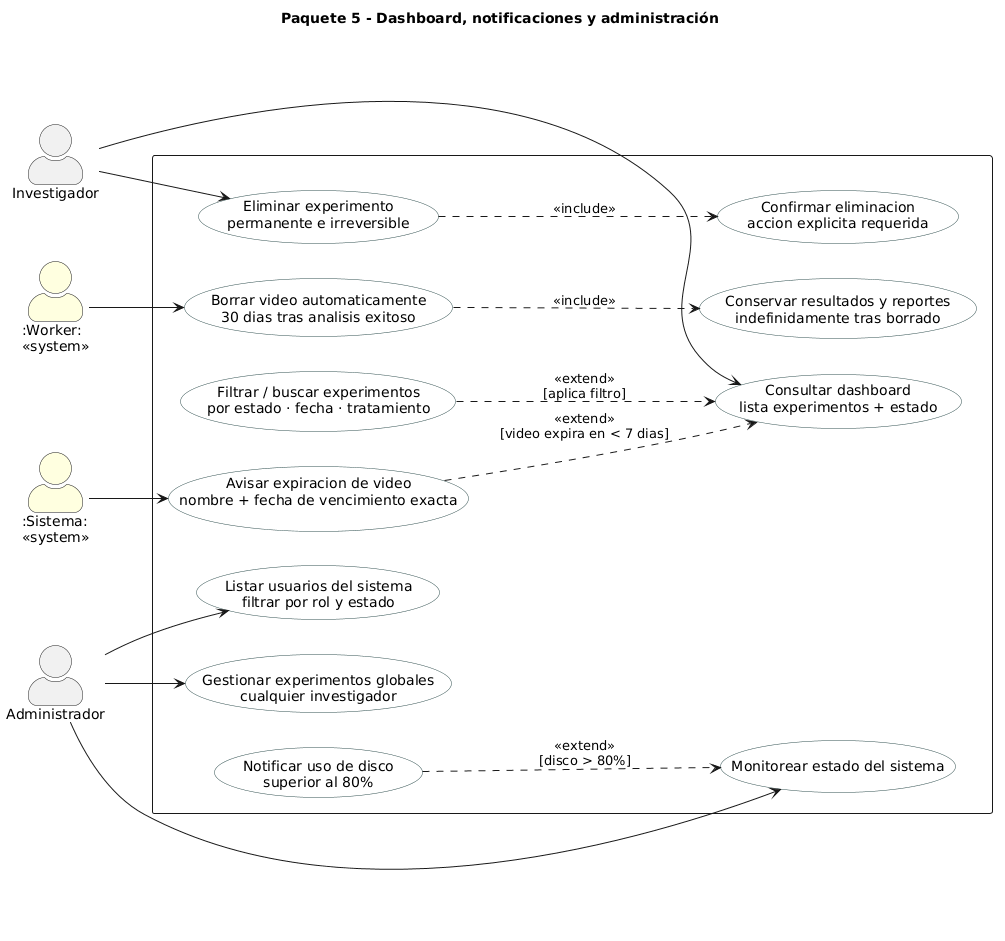
Earlier version of the PlantUML export figures/mermaid/cu_paquete5.png (ErickJester/fst-ai-system-latex).
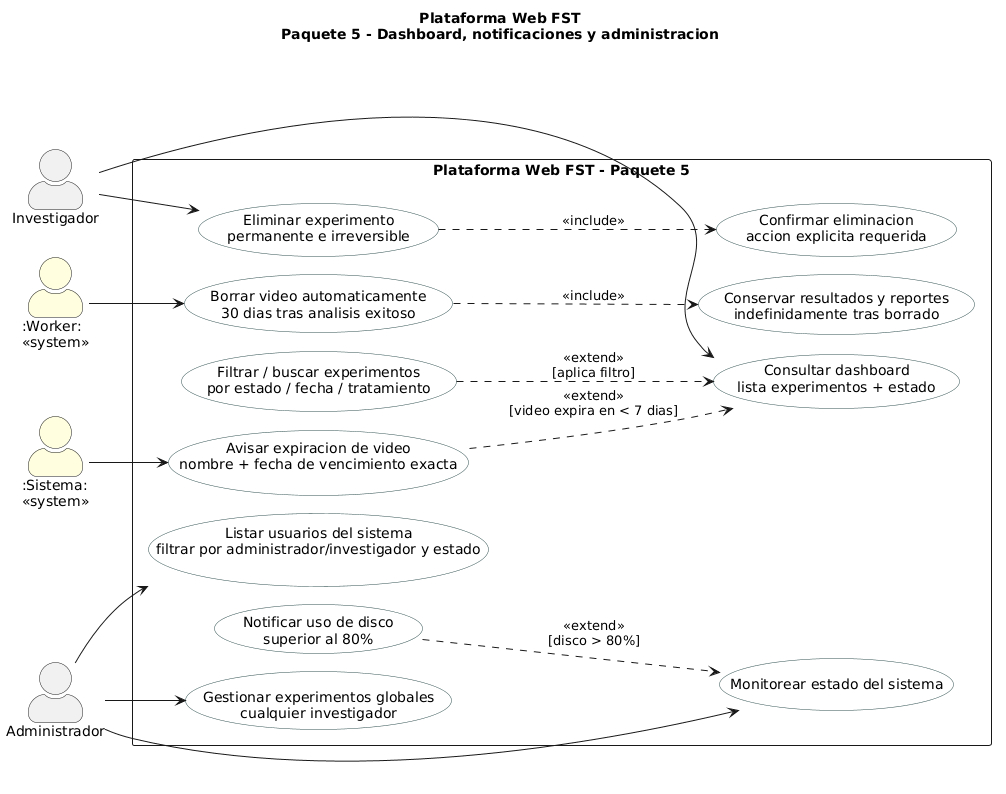
Above is the later version.

Diff of the diagram source:
```diff
@@ -1,6 +1,6 @@
 @startuml
-title Paquete 5 - Dashboard, notificaciones y administración
-
+!pragma layout smetana
+title Plataforma Web FST\nPaquete 5 - Dashboard, notificaciones y administracion
 left to right direction
 skinparam packageStyle rectangle
 skinparam actorStyle awesome
@@ -8,38 +8,33 @@
   BackgroundColor White
   BorderColor DarkSlateGray
 }
-
 actor "Investigador" as INV
 actor "Administrador" as ADMIN
 actor ":Worker:\n<<system>>" as WRK #LightYellow
 actor ":Sistema:\n<<system>>" as SYS #LightYellow
-
-rectangle " " {
+rectangle "Plataforma Web FST - Paquete 5" {
   usecase "Consultar dashboard\nlista experimentos + estado" as UC51
-  usecase "Filtrar / buscar experimentos\npor estado · fecha · tratamiento" as UC51a
+  usecase "Filtrar / buscar experimentos\npor estado / fecha / tratamiento" as UC51a
   usecase "Avisar expiracion de video\nnombre + fecha de vencimiento exacta" as UC52
   usecase "Eliminar experimento\npermanente e irreversible" as UC53
   usecase "Confirmar eliminacion\naccion explicita requerida" as UC53a
   usecase "Borrar video automaticamente\n30 dias tras analisis exitoso" as UC54
   usecase "Conservar resultados y reportes\nindefinidamente tras borrado" as UC55
-  usecase "Listar usuarios del sistema\nfiltrar por rol y estado" as UC56
+  usecase "Listar usuarios del sistema\nfiltrar por administrador/investigador y estado" as UC56
   usecase "Monitorear estado del sistema" as UC57
   usecase "Notificar uso de disco\nsuperior al 80%" as UC57a
   usecase "Gestionar experimentos globales\ncualquier investigador" as UC58
 }
-
-INV   --> UC51
-INV   --> UC53
+INV --> UC51
+INV --> UC53
 ADMIN --> UC56
 ADMIN --> UC57
 ADMIN --> UC58
-WRK   --> UC54
-SYS   --> UC52
-
-UC52  ..> UC51 : <<extend>>\n[video expira en < 7 dias]
+WRK --> UC54
+SYS --> UC52
+UC52 ..> UC51 : <<extend>>\n[video expira en < 7 dias]
 UC51a ..> UC51 : <<extend>>\n[aplica filtro]
 UC57a ..> UC57 : <<extend>>\n[disco > 80%]
-
 UC53 ..> UC53a : <<include>>
-UC54 ..> UC55  : <<include>>
+UC54 ..> UC55 : <<include>>
 @enduml
```
